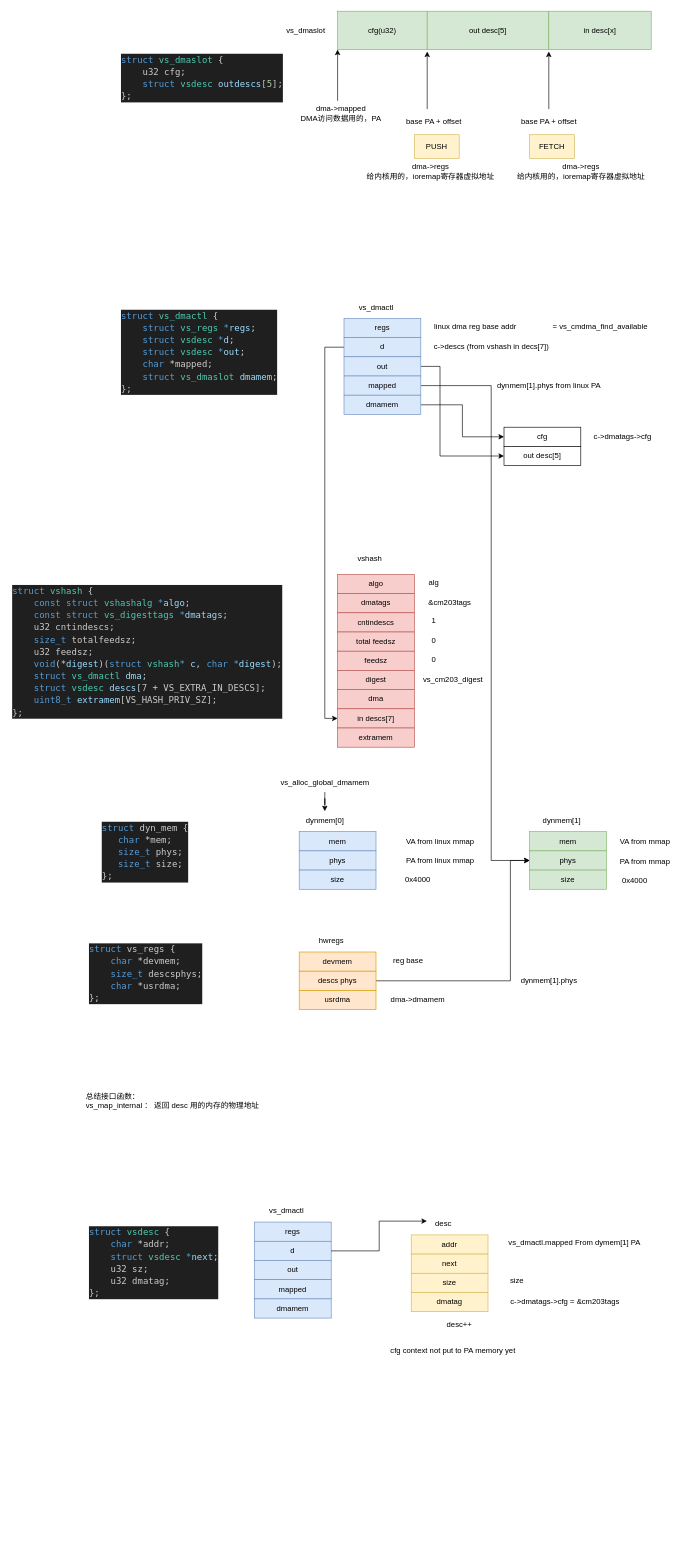
thomas-coding/drawio keeps this draw.io diagram as vcm26x.drawio. Above is the earlier version. Source tidied: cells renumbered, new cells numbered last; positions are measured from the earlier drawing's top-left corner, leaving out a move shared by most shapes. Both pictures are drawn from the tidied source at 64%, with x=0, y=0 at pixel (11, 11).
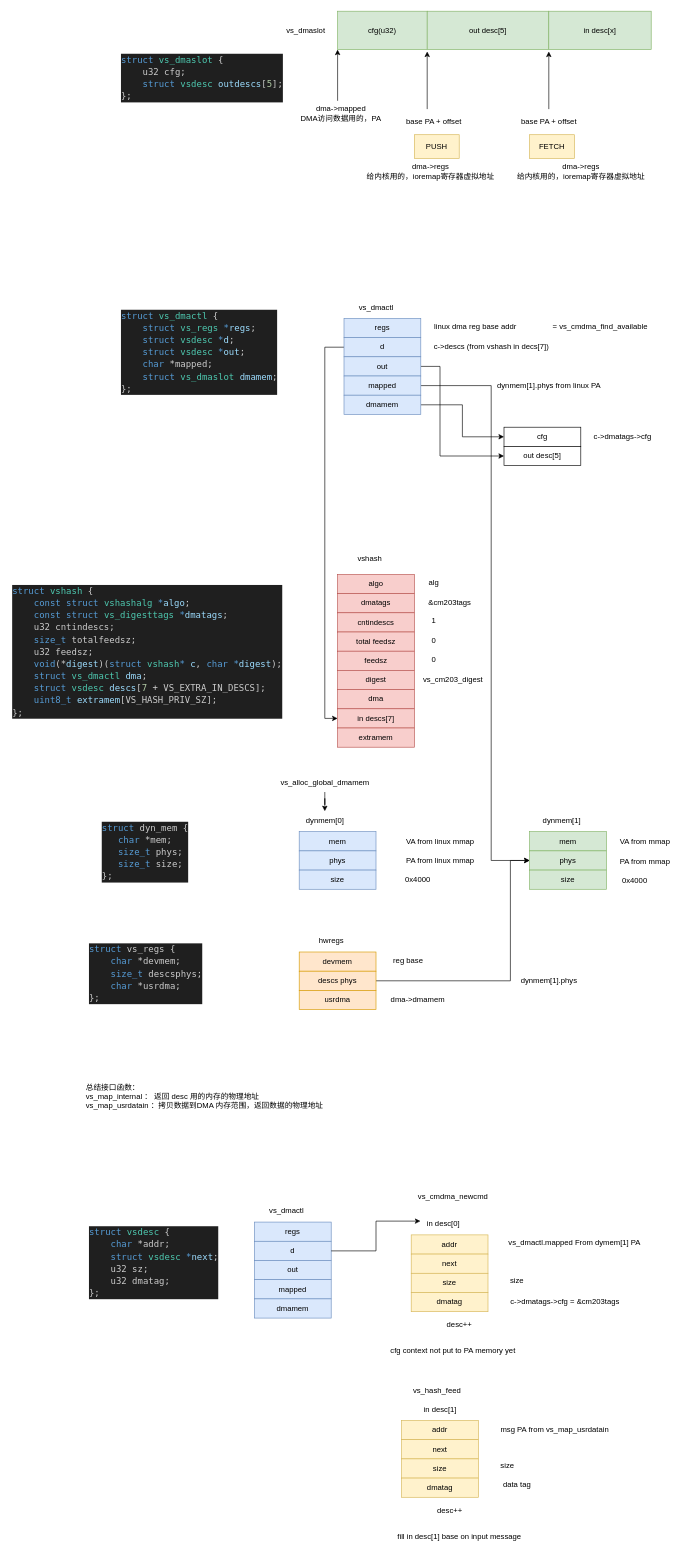
Above is the later version.

What changed in the source:
```diff
@@
-    <mxCell id="78" value="总结接口函数：&lt;div&gt;vs_map_internal ： 返回 desc 用的内存的物理地址&lt;br&gt;&lt;/div&gt;" style="text;html=1;align=left;verticalAlign=middle;strokeColor=none;fillColor=none;" parent="1" vertex="1">
-      <mxGeometry x="115" y="1683" width="290" height="40" as="geometry" />
+    <mxCell id="78" value="总结接口函数：&lt;div&gt;vs_map_internal ： 返回 desc 用的内存的物理地址&lt;br&gt;&lt;/div&gt;&lt;div&gt;vs_map_usrdatain ：拷贝数据到DMA 内存范围，返回数据的物理地址&lt;br&gt;&lt;/div&gt;&lt;div&gt;&lt;br&gt;&lt;/div&gt;" style="text;html=1;align=left;verticalAlign=middle;strokeColor=none;fillColor=none;" parent="1" vertex="1">
+      <mxGeometry x="115" y="1668" width="390" height="70" as="geometry" />
     </mxCell>
@@
-    <mxCell id="90" value="desc" style="text;html=1;align=center;verticalAlign=middle;points=[];strokeColor=none;fillColor=none;" parent="1" vertex="1">
-      <mxGeometry x="650" y="1880" width="50" height="30" as="geometry" />
+    <mxCell id="90" value="in desc[0]" style="text;html=1;align=center;verticalAlign=middle;points=[];strokeColor=none;fillColor=none;" parent="1" vertex="1">
+      <mxGeometry x="640" y="1880" width="70" height="30" as="geometry" />
     </mxCell>
@@
+    <mxCell id="97" value="vs_cmdma_newcmd" style="text;html=1;align=center;verticalAlign=middle;strokeColor=none;fillColor=none;" parent="1" vertex="1">
+      <mxGeometry x="625" y="1838" width="130" height="30" as="geometry" />
+    </mxCell>
+    <mxCell id="98" value="addr" style="rounded=0;whiteSpace=wrap;html=1;fillColor=#fff2cc;strokeColor=#d6b656;" parent="1" vertex="1">
+      <mxGeometry x="610" y="2202" width="120" height="30" as="geometry" />
+    </mxCell>
+    <mxCell id="99" value="next" style="rounded=0;whiteSpace=wrap;html=1;fillColor=#fff2cc;strokeColor=#d6b656;" parent="1" vertex="1">
+      <mxGeometry x="610" y="2232" width="120" height="30" as="geometry" />
+    </mxCell>
+    <mxCell id="100" value="size" style="rounded=0;whiteSpace=wrap;html=1;fillColor=#fff2cc;strokeColor=#d6b656;" parent="1" vertex="1">
+      <mxGeometry x="610" y="2262" width="120" height="30" as="geometry" />
+    </mxCell>
+    <mxCell id="101" value="dmatag" style="rounded=0;whiteSpace=wrap;html=1;fillColor=#fff2cc;strokeColor=#d6b656;" parent="1" vertex="1">
+      <mxGeometry x="610" y="2292" width="120" height="30" as="geometry" />
+    </mxCell>
+    <mxCell id="102" value="msg PA from vs_map_usrdatain" style="text;html=1;align=center;verticalAlign=middle;strokeColor=none;fillColor=none;" parent="1" vertex="1">
+      <mxGeometry x="754" y="2202" width="190" height="30" as="geometry" />
+    </mxCell>
+    <mxCell id="103" value="size" style="text;html=1;align=center;verticalAlign=middle;strokeColor=none;fillColor=none;" parent="1" vertex="1">
+      <mxGeometry x="755" y="2258" width="40" height="30" as="geometry" />
+    </mxCell>
+    <mxCell id="104" value="data tag" style="text;html=1;align=center;verticalAlign=middle;strokeColor=none;fillColor=none;" parent="1" vertex="1">
+      <mxGeometry x="755" y="2288" width="70" height="30" as="geometry" />
+    </mxCell>
+    <mxCell id="105" value="desc++" style="text;html=1;align=center;verticalAlign=middle;strokeColor=none;fillColor=none;" parent="1" vertex="1">
+      <mxGeometry x="655" y="2328" width="60" height="30" as="geometry" />
+    </mxCell>
+    <mxCell id="106" value="vs_hash_feed" style="text;html=1;align=center;verticalAlign=middle;strokeColor=none;fillColor=none;" parent="1" vertex="1">
+      <mxGeometry x="615" y="2140" width="100" height="30" as="geometry" />
+    </mxCell>
+    <mxCell id="107" value="fill in desc[1] base on input message" style="text;html=1;align=center;verticalAlign=middle;strokeColor=none;fillColor=none;" parent="1" vertex="1">
+      <mxGeometry x="590" y="2368" width="220" height="30" as="geometry" />
+    </mxCell>
+    <mxCell id="108" value="in desc[1]" style="text;html=1;align=center;verticalAlign=middle;strokeColor=none;fillColor=none;" parent="1" vertex="1">
+      <mxGeometry x="635" y="2170" width="70" height="30" as="geometry" />
+    </mxCell>
```
